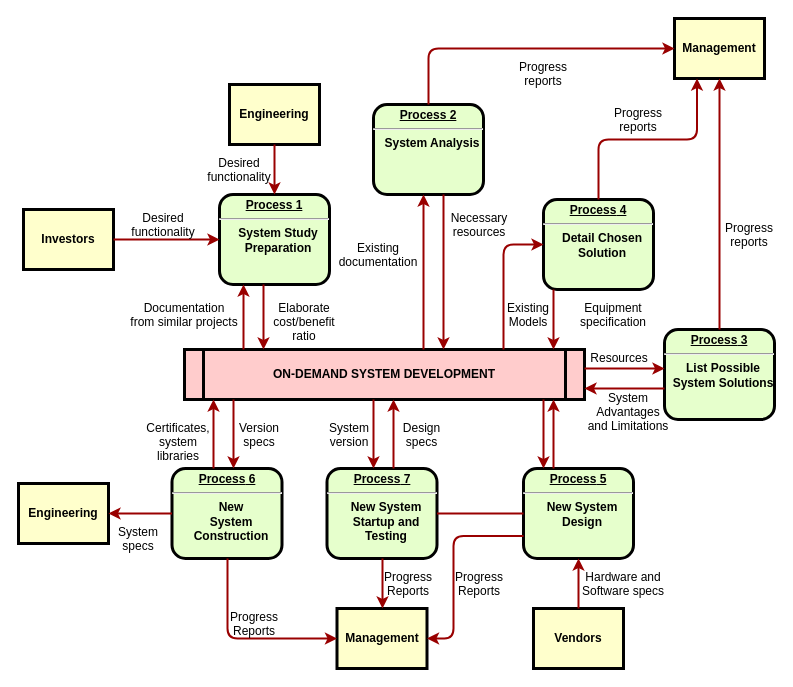
This is Untitled Diagram.drawio from kiteplayer/draw, a draw.io file, before an edit. Source tidied: cells renumbered, new cells numbered last; positions are measured from the earlier drawing's top-left corner, leaving out a move shared by most shapes. Both pictures are drawn from the tidied source at 100%, with x=0, y=0 at pixel (18, 18).
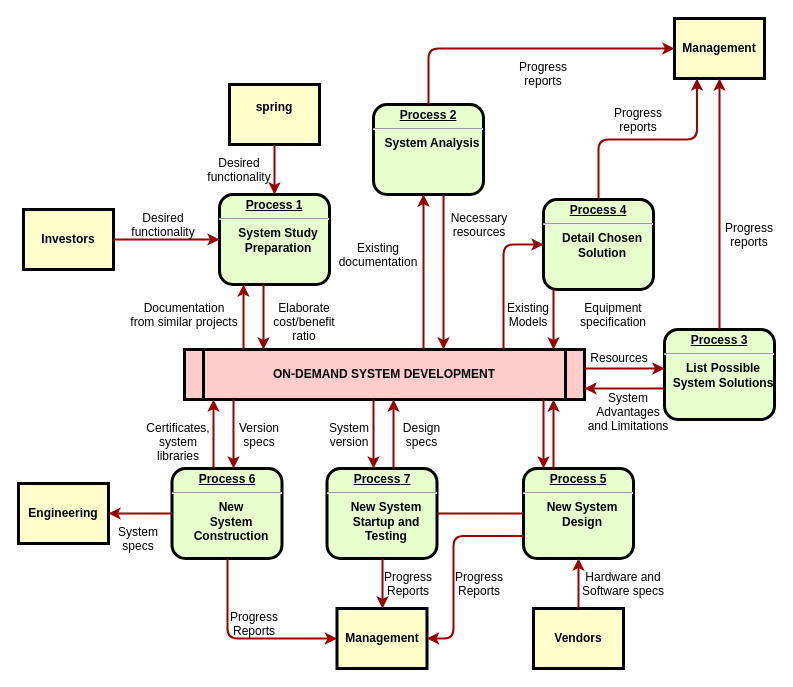
The same diagram, later.

Change to the diagram source:
```diff
@@
-    <mxCell id="3" value="Engineering" style="whiteSpace=wrap;align=center;verticalAlign=middle;fontStyle=1;strokeWidth=3;fillColor=#FFFFCC;" parent="1" vertex="1">
+    <mxCell id="3" value="spring&#10;" style="whiteSpace=wrap;align=center;verticalAlign=middle;fontStyle=1;strokeWidth=3;fillColor=#FFFFCC;" parent="1" vertex="1">
       <mxGeometry x="211" y="66" width="90" height="60" as="geometry" />
     </mxCell>
```
